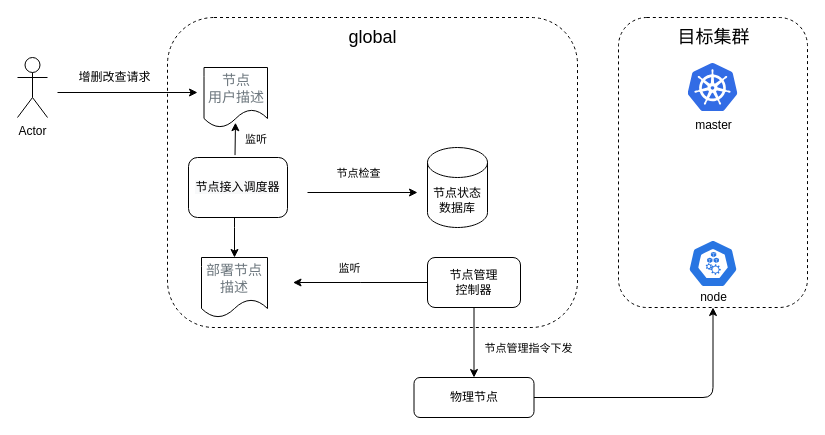
Earlier version of the draw.io diagram page "节点管理" (2 of 9) of cloud-edge-softarch.drawio (lmxia/system_designs). Source tidied: cells renumbered, new cells numbered last; positions are measured from the earlier drawing's top-left corner, leaving out a move shared by most shapes. Both pictures are drawn from the tidied source at 100%, with x=0, y=0 at pixel (17, 17).
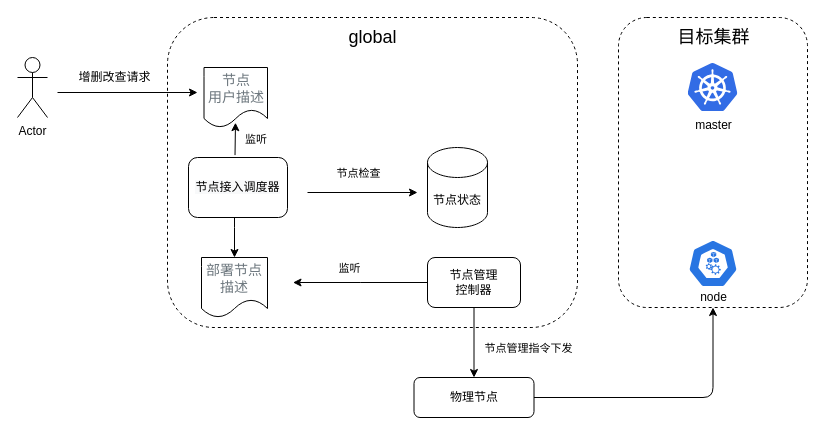
The same diagram, later.

Change to the diagram source:
```diff
@@
-    <mxCell id="26" value="&lt;span&gt;节点状态&lt;/span&gt;&lt;br&gt;&lt;span&gt;数据库&lt;/span&gt;" style="shape=cylinder3;whiteSpace=wrap;html=1;boundedLbl=1;backgroundOutline=1;size=15;rounded=1;fillColor=#ffffff;gradientColor=none;" parent="1" vertex="1">
+    <mxCell id="26" value="&lt;span&gt;节点状态&lt;/span&gt;" style="shape=cylinder3;whiteSpace=wrap;html=1;boundedLbl=1;backgroundOutline=1;size=15;rounded=1;fillColor=#ffffff;gradientColor=none;" parent="1" vertex="1">
       <mxGeometry x="410" y="130" width="60" height="80" as="geometry" />
     </mxCell>
```
